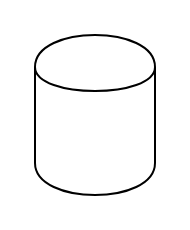
This is 未命名表单.drawio from mrhnly/draw.io, a draw.io file, before an edit. Source tidied: cells renumbered, new cells numbered last; positions are measured from the earlier drawing's top-left corner, leaving out a move shared by most shapes. Both pictures are drawn from the tidied source at 200%, with x=0, y=0 at pixel (34, 34).
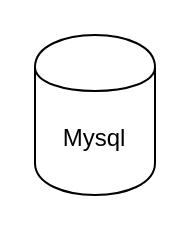
After the change.

Commit message:
更新未命名表单.drawio

The edit, as a diff of the source:
```diff
@@
 <mxGraphModel>
   <root>
     <mxCell id="0" />
     <mxCell id="1" parent="0" />
-    <mxCell id="2" style="shape=cylinder;whiteSpace=wrap;html=1;boundedLbl=1;backgroundOutline=1;" parent="1" vertex="1">
+    <mxCell id="2" value="Mysql" style="shape=cylinder;whiteSpace=wrap;html=1;boundedLbl=1;backgroundOutline=1;" parent="1" vertex="1">
       <mxGeometry width="60" height="80" as="geometry" />
     </mxCell>
   </root>
 </mxGraphModel>
```
